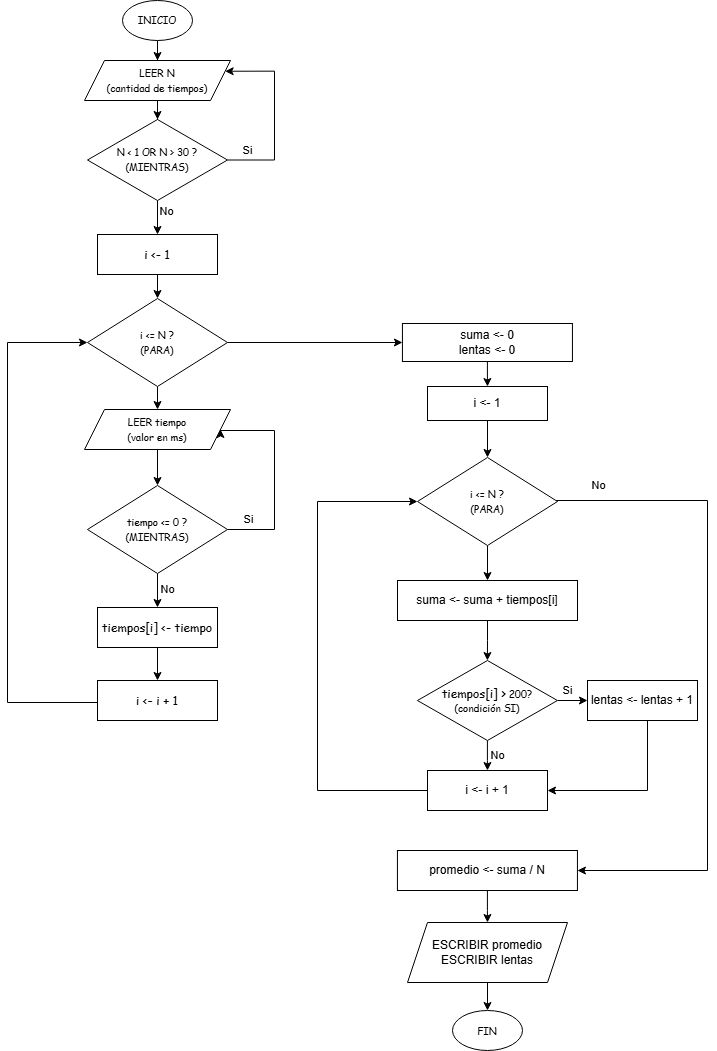
Before: diagrama-api.png, a diagram exported from draw.io (octavio-herrera-dev/algoritmos-q1). Source tidied: cells renumbered, new cells last; positions are measured from the earlier drawing's top-left corner, leaving out a move shared by most shapes.
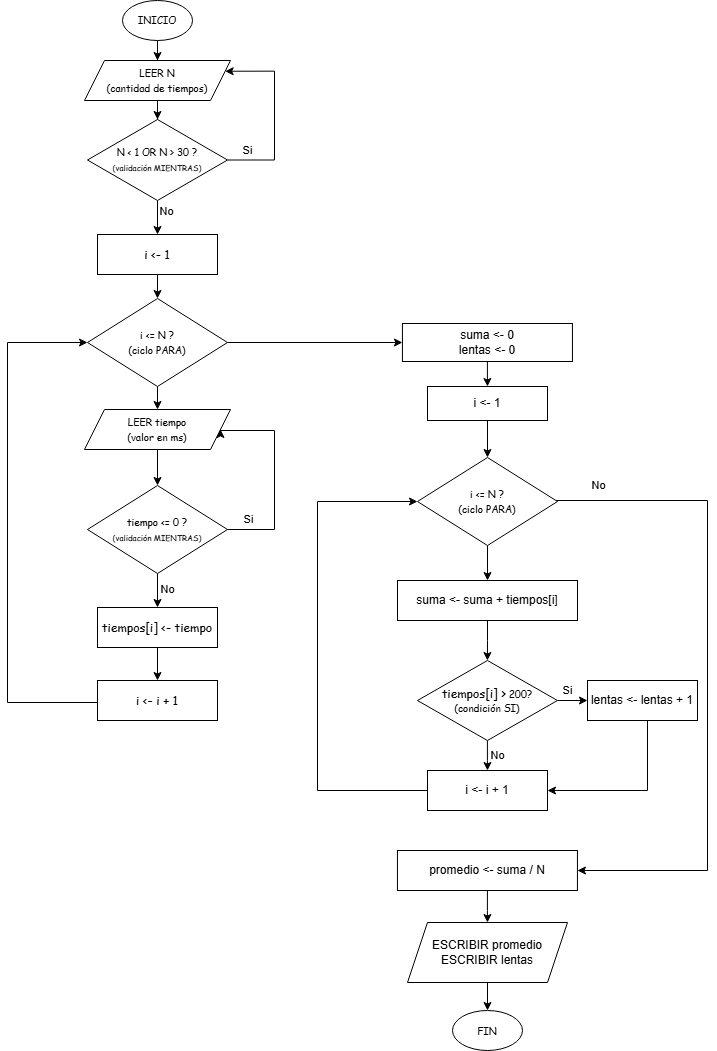
Later version of the same file.

Commit message:
Actualicé el diagrama de flujo

Actualicé el diagrama de flujo

What changed in the source:
```diff
@@ -34,7 +34,7 @@
         <mxPoint y="-9" as="offset" />
       </mxGeometry>
     </mxCell>
-    <mxCell id="9" value="&lt;font face=&quot;Comic Sans MS&quot; style=&quot;font-size: 10px;&quot;&gt;N &amp;lt; 1 OR N &amp;gt; 30 ?&lt;/font&gt;&lt;div&gt;&lt;font style=&quot;font-size: 10px;&quot; face=&quot;Comic Sans MS&quot;&gt;(MIENTRAS)&lt;/font&gt;&lt;/div&gt;" style="rhombus;whiteSpace=wrap;html=1;" parent="1" vertex="1">
+    <mxCell id="9" value="&lt;font face=&quot;Comic Sans MS&quot; style=&quot;font-size: 10px;&quot;&gt;N &amp;lt; 1 OR N &amp;gt; 30 ?&lt;/font&gt;&lt;div&gt;&lt;font style=&quot;font-size: 8px;&quot;&gt;&lt;font style=&quot;&quot; face=&quot;Comic Sans MS&quot;&gt;(&lt;/font&gt;&lt;span style=&quot;background-color: transparent;&quot;&gt;&lt;font face=&quot;Comic Sans MS&quot;&gt;validación &lt;/font&gt;&lt;/span&gt;&lt;span style=&quot;font-family: &amp;quot;Comic Sans MS&amp;quot;; background-color: transparent; color: light-dark(rgb(0, 0, 0), rgb(255, 255, 255));&quot;&gt;MIENTRAS)&lt;/span&gt;&lt;/font&gt;&lt;/div&gt;" style="rhombus;whiteSpace=wrap;html=1;" parent="1" vertex="1">
       <mxGeometry x="80" y="119" width="140" height="81" as="geometry" />
     </mxCell>
     <mxCell id="10" style="edgeStyle=orthogonalEdgeStyle;rounded=0;jettySize=auto;html=1;" parent="1" edge="1" source="11" target="14">
@@ -49,7 +49,7 @@
     <mxCell id="13" style="edgeStyle=orthogonalEdgeStyle;rounded=0;jettySize=auto;html=1;" parent="1" edge="1" source="14" target="28">
       <mxGeometry relative="1" as="geometry" />
     </mxCell>
-    <mxCell id="14" value="&lt;font face=&quot;Comic Sans MS&quot; style=&quot;font-size: 10px;&quot;&gt;i &amp;lt;= N ?&lt;/font&gt;&lt;div&gt;&lt;font style=&quot;font-size: 10px;&quot; face=&quot;Comic Sans MS&quot;&gt;(PARA)&lt;/font&gt;&lt;/div&gt;" style="rhombus;whiteSpace=wrap;html=1;" parent="1" vertex="1">
+    <mxCell id="14" value="&lt;font face=&quot;Comic Sans MS&quot; style=&quot;font-size: 10px;&quot;&gt;i &amp;lt;= N ?&lt;/font&gt;&lt;div&gt;&lt;font style=&quot;font-size: 10px;&quot; face=&quot;Comic Sans MS&quot;&gt;(ciclo PARA)&lt;/font&gt;&lt;/div&gt;" style="rhombus;whiteSpace=wrap;html=1;" parent="1" vertex="1">
       <mxGeometry x="80" y="298" width="140" height="88" as="geometry" />
     </mxCell>
     <mxCell id="15" value="&lt;font face=&quot;Comic Sans MS&quot; style=&quot;font-size: 10px;&quot;&gt;INICIO&lt;/font&gt;" style="ellipse;whiteSpace=wrap;html=1;" parent="1" vertex="1">
@@ -69,7 +69,7 @@
         <mxPoint x="4" as="offset" />
       </mxGeometry>
     </mxCell>
-    <mxCell id="20" value="&lt;font face=&quot;Comic Sans MS&quot; style=&quot;font-size: 10px;&quot;&gt;tiempo &amp;lt;= 0 ?&lt;/font&gt;&lt;div&gt;&lt;font style=&quot;font-size: 10px;&quot; face=&quot;Comic Sans MS&quot;&gt;(MIENTRAS)&lt;/font&gt;&lt;/div&gt;" style="rhombus;whiteSpace=wrap;html=1;" parent="1" vertex="1">
+    <mxCell id="20" value="&lt;font face=&quot;Comic Sans MS&quot; style=&quot;font-size: 10px;&quot;&gt;tiempo &amp;lt;= 0 ?&lt;/font&gt;&lt;div&gt;&lt;font style=&quot;font-size: 8px;&quot;&gt;&lt;font style=&quot;&quot; face=&quot;Comic Sans MS&quot;&gt;(&lt;/font&gt;&lt;span style=&quot;background-color: transparent;&quot;&gt;&lt;font face=&quot;Comic Sans MS&quot;&gt;validación &lt;/font&gt;&lt;/span&gt;&lt;span style=&quot;font-family: &amp;quot;Comic Sans MS&amp;quot;; background-color: transparent; color: light-dark(rgb(0, 0, 0), rgb(255, 255, 255));&quot;&gt;MIENTRAS)&lt;/span&gt;&lt;/font&gt;&lt;/div&gt;" style="rhombus;whiteSpace=wrap;html=1;" parent="1" vertex="1">
       <mxGeometry x="80" y="485" width="140" height="88" as="geometry" />
     </mxCell>
     <mxCell id="21" style="edgeStyle=orthogonalEdgeStyle;rounded=0;jettySize=auto;html=1;endArrow=classic;endFill=1;exitX=1;exitY=0.5;exitDx=0;exitDy=0;entryX=1;entryY=0.5;entryDx=0;entryDy=0;" parent="1" edge="1" source="20" target="17">
@@ -131,7 +131,7 @@
         <mxPoint x="-10" y="-15" as="offset" />
       </mxGeometry>
     </mxCell>
-    <mxCell id="34" value="&lt;font face=&quot;Comic Sans MS&quot; style=&quot;font-size: 10px;&quot;&gt;i &amp;lt;= N ?&lt;/font&gt;&lt;div&gt;&lt;font style=&quot;font-size: 10px;&quot; face=&quot;Comic Sans MS&quot;&gt;(PARA)&lt;/font&gt;&lt;/div&gt;" style="rhombus;whiteSpace=wrap;html=1;" parent="1" vertex="1">
+    <mxCell id="34" value="&lt;font face=&quot;Comic Sans MS&quot; style=&quot;font-size: 10px;&quot;&gt;i &amp;lt;= N ?&lt;/font&gt;&lt;div&gt;&lt;font style=&quot;font-size: 10px;&quot; face=&quot;Comic Sans MS&quot;&gt;(ciclo PARA)&lt;/font&gt;&lt;/div&gt;" style="rhombus;whiteSpace=wrap;html=1;" parent="1" vertex="1">
       <mxGeometry x="410" y="457" width="140" height="88" as="geometry" />
     </mxCell>
     <mxCell id="35" style="edgeStyle=orthogonalEdgeStyle;rounded=0;jettySize=auto;html=1;" parent="1" edge="1" source="36" target="41">
```
